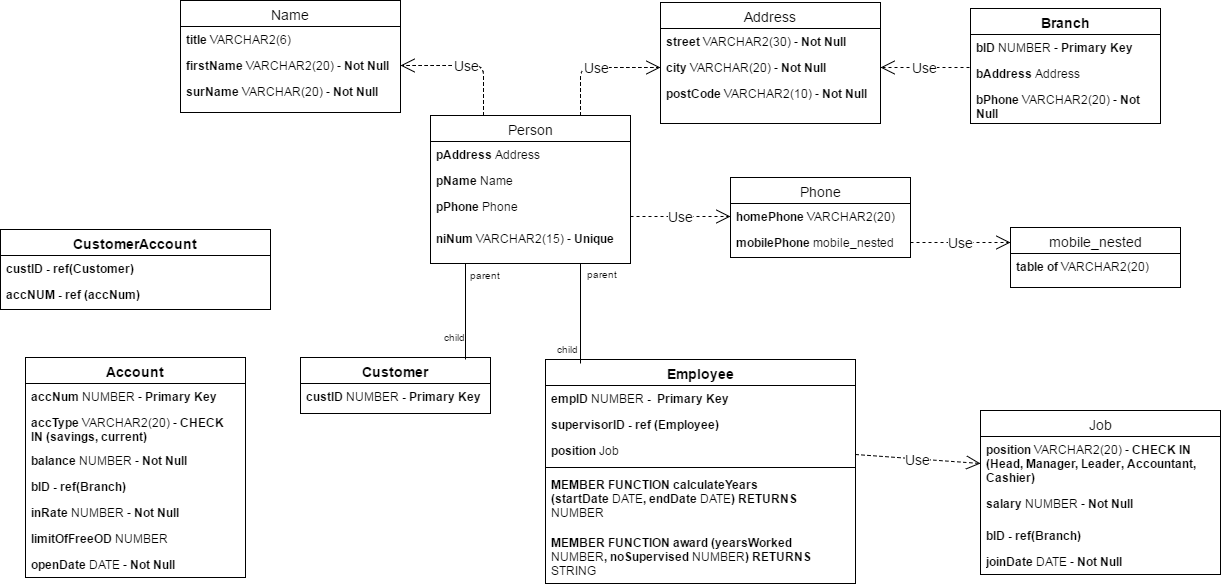
Above: Coursework/UML Diagram.png in tomkopx/Advanced-databases (draw.io), before the change. Source tidied: cells renumbered, new cells last; positions are measured from the earlier drawing's top-left corner, leaving out a move shared by most shapes.
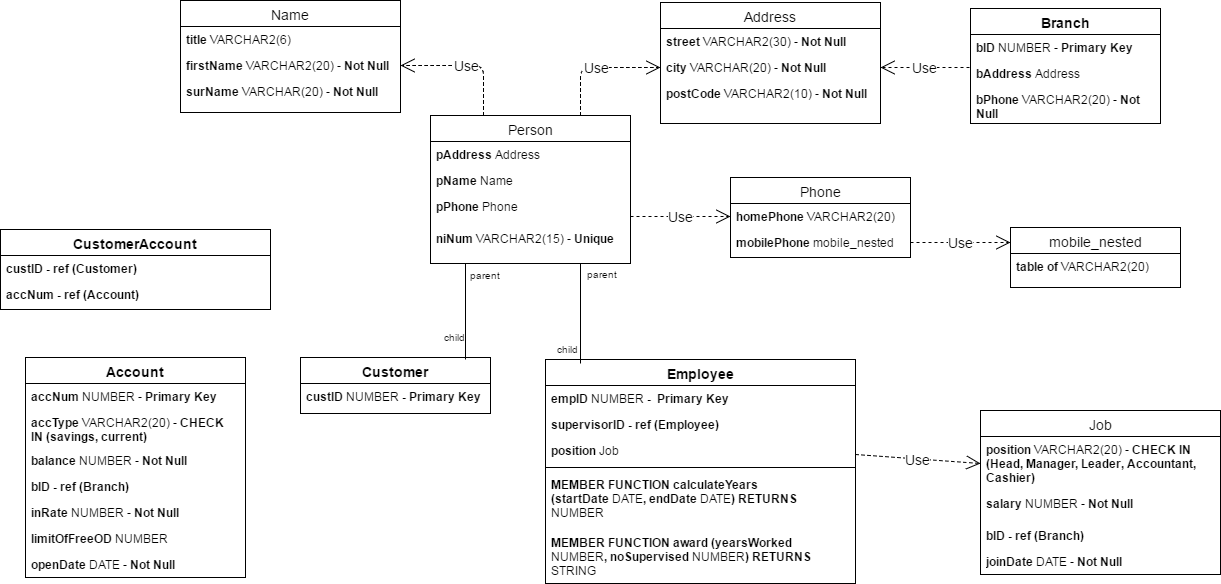
After the commit.

Change to the diagram source:
```diff
@@ -53,7 +53,7 @@
     <mxCell id="18" value="&lt;b&gt;salary&lt;/b&gt; NUMBER - &lt;b&gt;Not Null&lt;/b&gt;" style="text;html=1;strokeColor=none;fillColor=none;align=left;verticalAlign=top;spacingLeft=4;spacingRight=4;whiteSpace=wrap;overflow=hidden;" parent="16" vertex="1">
       <mxGeometry y="80" width="240" height="32" as="geometry" />
     </mxCell>
-    <mxCell id="19" value="&lt;b&gt;bID&lt;/b&gt; &lt;b&gt;- ref(Branch)&lt;/b&gt;" style="text;html=1;strokeColor=none;fillColor=none;align=left;verticalAlign=top;spacingLeft=4;spacingRight=4;whiteSpace=wrap;overflow=hidden;" parent="16" vertex="1">
+    <mxCell id="19" value="&lt;b&gt;bID&lt;/b&gt; &lt;b&gt;- ref (Branch)&lt;/b&gt;" style="text;html=1;strokeColor=none;fillColor=none;align=left;verticalAlign=top;spacingLeft=4;spacingRight=4;whiteSpace=wrap;overflow=hidden;" parent="16" vertex="1">
       <mxGeometry y="112" width="240" height="26" as="geometry" />
     </mxCell>
     <mxCell id="20" value="&lt;b&gt;joinDate &lt;/b&gt;DATE - &lt;b&gt;Not Null&lt;/b&gt;" style="text;html=1;strokeColor=none;fillColor=none;align=left;verticalAlign=top;spacingLeft=4;spacingRight=4;whiteSpace=wrap;overflow=hidden;" parent="16" vertex="1">
@@ -146,10 +146,10 @@
     <mxCell id="45" value="&lt;b&gt;CustomerAccount&lt;/b&gt;" style="swimlane;html=1;fontStyle=0;horizontal=1;startSize=26;fillColor=none;swimlaneFillColor=#ffffff;fontSize=14;" parent="1" vertex="1">
       <mxGeometry y="229" width="270" height="80" as="geometry" />
     </mxCell>
-    <mxCell id="46" value="&lt;b&gt;custID - ref(Customer)&amp;nbsp;&lt;/b&gt;" style="text;html=1;strokeColor=none;fillColor=none;align=left;verticalAlign=top;spacingLeft=4;spacingRight=4;whiteSpace=wrap;overflow=hidden;" parent="45" vertex="1">
+    <mxCell id="46" value="&lt;b&gt;custID - ref (Customer)&amp;nbsp;&lt;/b&gt;" style="text;html=1;strokeColor=none;fillColor=none;align=left;verticalAlign=top;spacingLeft=4;spacingRight=4;whiteSpace=wrap;overflow=hidden;" parent="45" vertex="1">
       <mxGeometry y="26" width="270" height="26" as="geometry" />
     </mxCell>
-    <mxCell id="47" value="&lt;b&gt;accNUM - ref (accNum)&amp;nbsp;&lt;/b&gt;" style="text;html=1;strokeColor=none;fillColor=none;align=left;verticalAlign=top;spacingLeft=4;spacingRight=4;whiteSpace=wrap;overflow=hidden;" parent="45" vertex="1">
+    <mxCell id="47" value="&lt;b&gt;accNum - ref (Account)&amp;nbsp;&lt;/b&gt;" style="text;html=1;strokeColor=none;fillColor=none;align=left;verticalAlign=top;spacingLeft=4;spacingRight=4;whiteSpace=wrap;overflow=hidden;" parent="45" vertex="1">
       <mxGeometry y="52" width="270" height="26" as="geometry" />
     </mxCell>
     <mxCell id="48" value="&lt;b&gt;Account&lt;/b&gt;" style="swimlane;html=1;fontStyle=0;horizontal=1;startSize=26;fillColor=none;swimlaneFillColor=#ffffff;fontSize=14;" parent="1" vertex="1">
@@ -164,7 +164,7 @@
     <mxCell id="51" value="&lt;b&gt;balance &lt;/b&gt;NUMBER - &lt;b&gt;Not Null&lt;/b&gt;" style="text;html=1;strokeColor=none;fillColor=none;align=left;verticalAlign=top;spacingLeft=4;spacingRight=4;whiteSpace=wrap;overflow=hidden;" parent="48" vertex="1">
       <mxGeometry y="90" width="220" height="26" as="geometry" />
     </mxCell>
-    <mxCell id="52" value="&lt;b&gt;bID&lt;/b&gt; &lt;b&gt;- ref(Branch)&amp;nbsp;&lt;/b&gt;" style="text;html=1;strokeColor=none;fillColor=none;align=left;verticalAlign=top;spacingLeft=4;spacingRight=4;whiteSpace=wrap;overflow=hidden;" parent="48" vertex="1">
+    <mxCell id="52" value="&lt;b&gt;bID&lt;/b&gt; &lt;b&gt;- ref (Branch)&amp;nbsp;&lt;/b&gt;" style="text;html=1;strokeColor=none;fillColor=none;align=left;verticalAlign=top;spacingLeft=4;spacingRight=4;whiteSpace=wrap;overflow=hidden;" parent="48" vertex="1">
       <mxGeometry y="116" width="220" height="26" as="geometry" />
     </mxCell>
     <mxCell id="53" value="&lt;b&gt;inRate&amp;nbsp;&lt;/b&gt;NUMBER - &lt;b&gt;Not Null&lt;/b&gt;" style="text;html=1;strokeColor=none;fillColor=none;align=left;verticalAlign=top;spacingLeft=4;spacingRight=4;whiteSpace=wrap;overflow=hidden;" parent="48" vertex="1">
```
